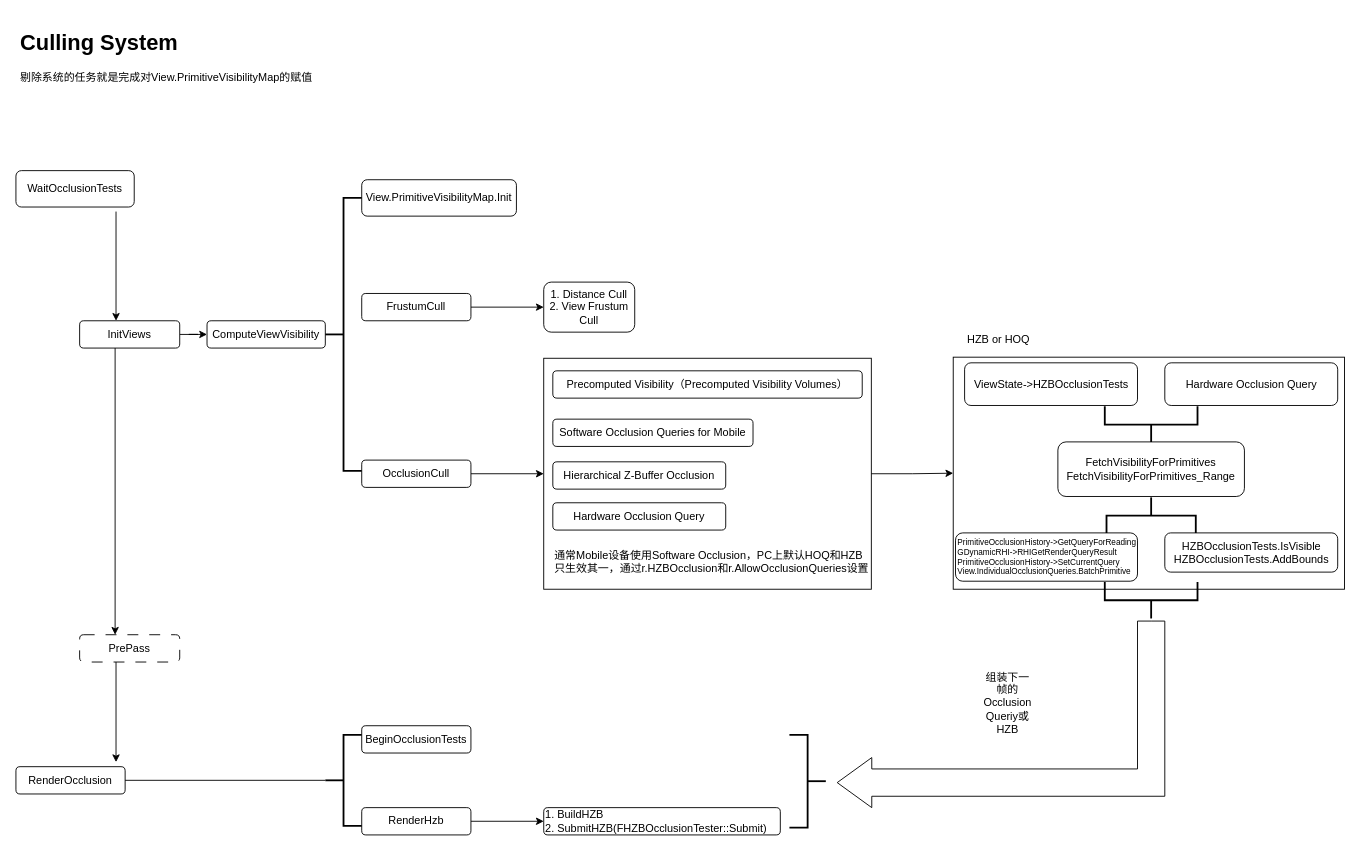
The draw.io diagram CullingSystem.drawio in cedarz/UE4Gram, before the edit. Source tidied: cells renumbered, new cells numbered last; positions are measured from the earlier drawing's top-left corner, leaving out a move shared by most shapes. Both pictures are drawn from the tidied source at 91%, with x=0, y=0 at pixel (15, 25).
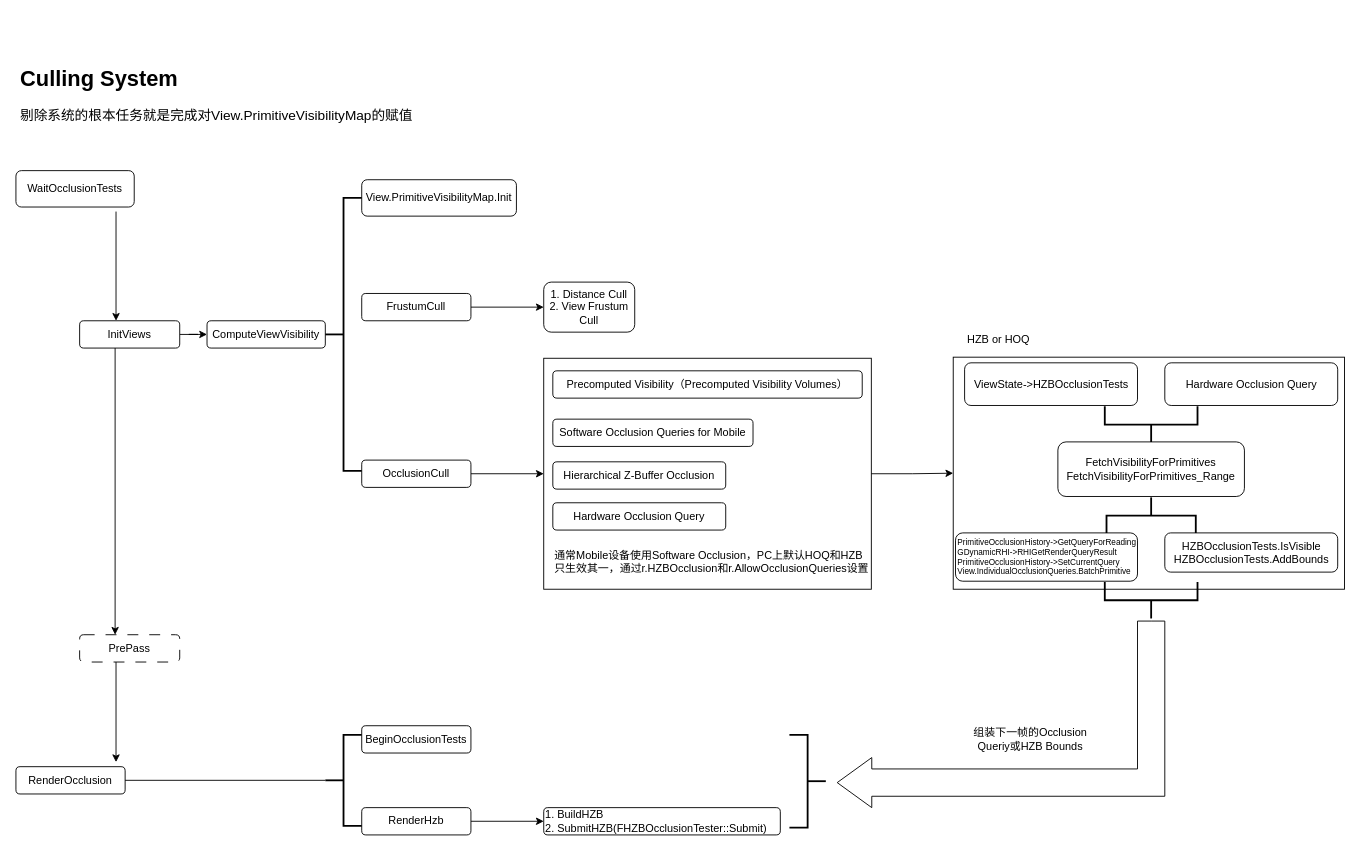
Above is the later version.

Change to the diagram source:
```diff
@@
-    <mxCell id="21" value="&lt;h1&gt;Culling System&lt;/h1&gt;&lt;p&gt;剔除系统的任务就是完成对View.PrimitiveVisibilityMap的赋值&lt;br&gt;&lt;/p&gt;" style="text;html=1;strokeColor=none;fillColor=none;spacing=5;spacingTop=-20;whiteSpace=wrap;overflow=hidden;rounded=0;" parent="1" vertex="1">
-      <mxGeometry width="340" height="100" as="geometry" />
+    <mxCell id="21" value="&lt;h1&gt;Culling System&lt;/h1&gt;&lt;p style=&quot;font-size: 15px;&quot;&gt;剔除系统的根本任务就是完成对View.PrimitiveVisibilityMap的赋值&lt;br&gt;&lt;/p&gt;" style="text;html=1;strokeColor=none;fillColor=none;spacing=5;spacingTop=-20;whiteSpace=wrap;overflow=hidden;rounded=0;" parent="1" vertex="1">
+      <mxGeometry y="40" width="460" height="100" as="geometry" />
     </mxCell>
@@
-    <mxCell id="44" value="组装下一帧的Occlusion Queriy或HZB" style="text;html=1;strokeColor=none;fillColor=none;align=center;verticalAlign=middle;whiteSpace=wrap;rounded=0;" parent="1" vertex="1">
-      <mxGeometry x="1060" y="730" width="60" height="30" as="geometry" />
+    <mxCell id="44" value="组装下一帧的Occlusion Queriy或HZB Bounds" style="text;html=1;strokeColor=none;fillColor=none;align=center;verticalAlign=middle;whiteSpace=wrap;rounded=0;" parent="1" vertex="1">
+      <mxGeometry x="1050" y="765" width="130" height="40" as="geometry" />
     </mxCell>
```
